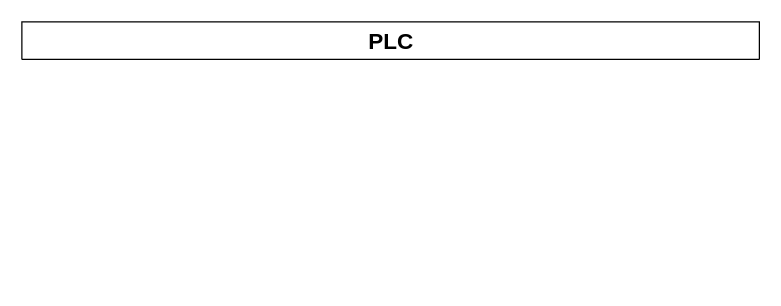
The draw.io diagram plc.drawio in ljq199612/diagram, before the edit. Source tidied: cells renumbered, new cells numbered last; positions are measured from the earlier drawing's top-left corner, leaving out a move shared by most shapes. Both pictures are drawn from the tidied source at 125%, with x=0, y=0 at pixel (21, 21).
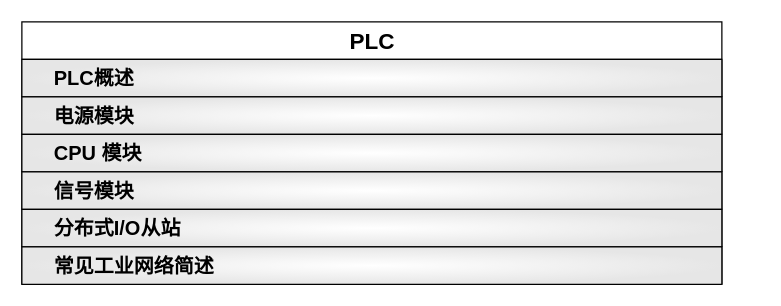
After the change.

Diff of the diagram source:
```diff
@@
 <mxGraphModel>
   <root>
     <mxCell id="0" />
     <mxCell id="1" parent="0" />
-    <mxCell id="2" value="&lt;div style=&quot;font-size: 17px;&quot; align=&quot;center&quot;&gt;&lt;font style=&quot;font-size: 17px;&quot;&gt;&lt;span style=&quot;&quot;&gt;&lt;span style=&quot;&quot;&gt;&lt;font style=&quot;font-size: 17px;&quot;&gt;&lt;font style=&quot;font-size: 17px;&quot;&gt;&lt;font style=&quot;font-size: 18px;&quot;&gt;PLC&lt;/font&gt;&lt;/font&gt;&lt;/font&gt;&lt;/span&gt;&lt;/span&gt;&lt;/font&gt;&lt;/div&gt;" style="swimlane;fontStyle=1;horizontal=1;startSize=30;fillColor=#FFFFFF;html=1;verticalAlign=bottom;align=center;swimlaneFillColor=none;fillStyle=auto;fontSize=16;" parent="1" vertex="1" collapsed="1">
-      <mxGeometry width="590" height="30" as="geometry" />
+    <mxCell id="2" value="&lt;div style=&quot;font-size: 17px;&quot; align=&quot;center&quot;&gt;&lt;font style=&quot;font-size: 17px;&quot;&gt;&lt;span style=&quot;&quot;&gt;&lt;span style=&quot;&quot;&gt;&lt;font style=&quot;font-size: 17px;&quot;&gt;&lt;font style=&quot;font-size: 17px;&quot;&gt;&lt;font style=&quot;font-size: 18px;&quot;&gt;PLC&lt;/font&gt;&lt;/font&gt;&lt;/font&gt;&lt;/span&gt;&lt;/span&gt;&lt;/font&gt;&lt;/div&gt;" style="swimlane;fontStyle=1;horizontal=1;startSize=30;fillColor=#FFFFFF;html=1;verticalAlign=bottom;align=center;swimlaneFillColor=none;fillStyle=auto;fontSize=16;" parent="1" vertex="1">
+      <mxGeometry width="560" height="210" as="geometry" />
     </mxCell>
+    <mxCell id="3" value="&lt;div style=&quot;font-size: 15px;&quot;&gt;&lt;font style=&quot;font-size: 15px;&quot;&gt;&lt;b style=&quot;&quot;&gt;&lt;span style=&quot;&quot;&gt;&lt;font style=&quot;font-size: 15px;&quot;&gt;&lt;font style=&quot;font-size: 15px;&quot;&gt;&lt;font style=&quot;font-size: 16px;&quot;&gt;PLC概述&lt;/font&gt;&lt;/font&gt;&lt;/font&gt;&lt;/span&gt;&lt;/b&gt;&lt;/font&gt;&lt;/div&gt;" style="swimlane;fontStyle=1;horizontal=1;startSize=30;fillColor=#FFFFFF;html=1;verticalAlign=middle;align=left;swimlaneFillColor=none;fillStyle=auto;spacingLeft=24;fontSize=14;gradientColor=#E6E6E6;gradientDirection=radial;" parent="2" vertex="1" collapsed="1">
+      <mxGeometry y="30" width="560" height="30" as="geometry" />
+    </mxCell>
+    <mxCell id="4" value="&lt;div style=&quot;font-size: 15px;&quot; align=&quot;left&quot;&gt;&lt;font style=&quot;font-size: 15px;&quot;&gt;&lt;b style=&quot;font-size: 16px;&quot;&gt;&lt;span style=&quot;&quot;&gt;电源模块&lt;br style=&quot;&quot;&gt;&lt;/span&gt;&lt;/b&gt;&lt;/font&gt;&lt;/div&gt;" style="swimlane;fontStyle=1;horizontal=1;startSize=30;fillColor=#FFFFFF;html=1;verticalAlign=middle;align=left;swimlaneFillColor=none;fillStyle=auto;spacingLeft=24;fontSize=14;gradientColor=#E6E6E6;gradientDirection=radial;" parent="2" vertex="1" collapsed="1">
+      <mxGeometry y="60" width="560" height="30" as="geometry" />
+    </mxCell>
+    <mxCell id="5" value="&lt;font style=&quot;font-size: 15px;&quot;&gt;&lt;font style=&quot;font-size: 16px;&quot;&gt;CPU 模块&lt;/font&gt;&lt;/font&gt;" style="swimlane;fontStyle=1;horizontal=1;startSize=30;fillColor=#FFFFFF;html=1;verticalAlign=middle;align=left;swimlaneFillColor=none;fillStyle=auto;spacingLeft=24;fontSize=14;gradientColor=#E6E6E6;gradientDirection=radial;" parent="2" vertex="1" collapsed="1">
+      <mxGeometry y="90" width="560" height="30" as="geometry" />
+    </mxCell>
+    <mxCell id="6" value="&lt;font style=&quot;font-size: 15px;&quot;&gt;&lt;font style=&quot;font-size: 16px;&quot;&gt;信号模块&lt;/font&gt;&lt;/font&gt;" style="swimlane;fontStyle=1;horizontal=1;startSize=30;fillColor=#FFFFFF;html=1;verticalAlign=middle;align=left;swimlaneFillColor=none;fillStyle=auto;spacingLeft=24;fontSize=14;gradientColor=#E6E6E6;gradientDirection=radial;" parent="2" vertex="1" collapsed="1">
+      <mxGeometry y="120" width="560" height="30" as="geometry" />
+    </mxCell>
+    <mxCell id="7" value="&lt;font style=&quot;font-size: 15px;&quot;&gt;&lt;font style=&quot;font-size: 16px;&quot;&gt;分布式I/O从站&lt;/font&gt;&lt;/font&gt;" style="swimlane;fontStyle=1;horizontal=1;startSize=30;fillColor=#FFFFFF;html=1;verticalAlign=middle;align=left;swimlaneFillColor=none;fillStyle=auto;spacingLeft=24;fontSize=14;gradientColor=#E6E6E6;gradientDirection=radial;" parent="2" vertex="1" collapsed="1">
+      <mxGeometry y="150" width="560" height="30" as="geometry" />
+    </mxCell>
+    <mxCell id="8" value="&lt;font style=&quot;font-size: 15px;&quot;&gt;&lt;font style=&quot;font-size: 16px;&quot;&gt;常见工业网络简述&lt;/font&gt;&lt;/font&gt;" style="swimlane;fontStyle=1;horizontal=1;startSize=30;fillColor=#FFFFFF;html=1;verticalAlign=middle;align=left;swimlaneFillColor=none;fillStyle=auto;spacingLeft=24;fontSize=14;gradientColor=#E6E6E6;gradientDirection=radial;" parent="2" vertex="1" collapsed="1">
+      <mxGeometry y="180" width="560" height="30" as="geometry" />
+    </mxCell>
   </root>
 </mxGraphModel>
```
